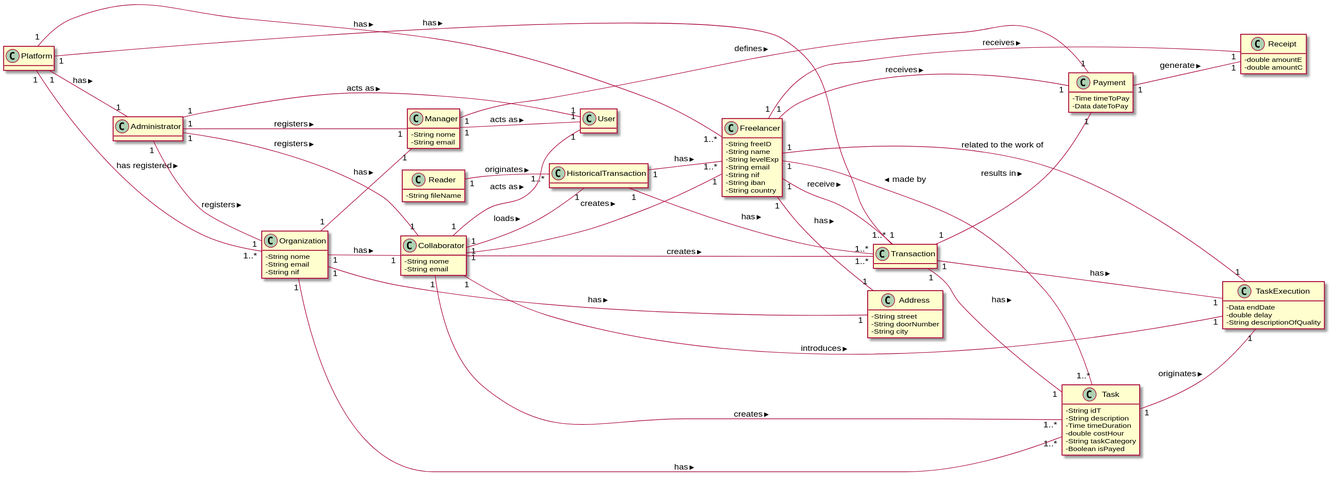
Above: docs/MD/LAPR2_MD.svg in 1190452/LAPR2 (PlantUML), before the change.
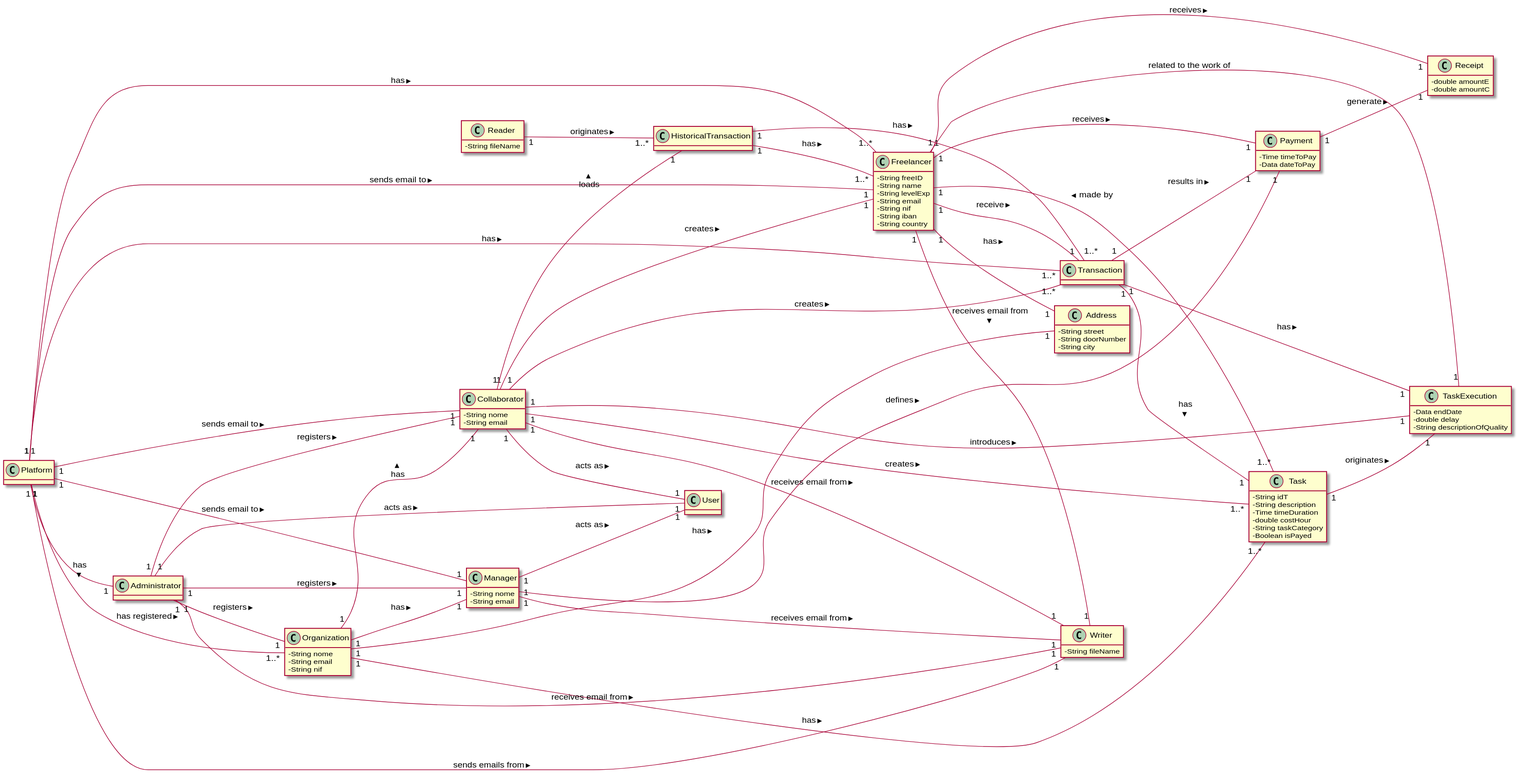
The same file after the commit.

Change to the diagram source:
```diff
@@ -79,10 +79,15 @@
   -String descriptionOfQuality
   }
 
+class Writer{
+  -String fileName
+  }
+
 Freelancer "1" -- "1" Transaction: receive >
 Freelancer "1" -- "1" Receipt: receives >
 Freelancer "1" -- "1" Payment: receives >
 Freelancer "1" -- "1" Address: has >
+Freelancer "1" -- "1" Writer: receives email from >
 
 Task "1..*" -- "1" Freelancer: made by >
 
@@ -91,6 +96,10 @@
 Platform "1" -- "1" Administrator: has >
 Platform "1" -- "1..*" Organization: has registered >
 Platform "1" -- "1..*" Freelancer: has >
+Platform "1" -- "1" Freelancer: sends email to >
+Platform "1" -- "1" Collaborator: sends email to >
+Platform "1" -- "1" Manager: sends email to >
+Platform "1" -- "1" Writer : sends emails from >
 
 Organization "1" -- "1" Address: has >
 Organization "1" -- "1" Manager: has >
@@ -99,11 +108,13 @@
 
 Manager "1" -- "1" User: acts as >
 Manager "1" -- "1" Payment: defines >
+Manager "1" -- "1" Writer: receives email from >
 
 Administrator "1" -- "1" Organization: registers >
 Administrator "1" -- "1" User: acts as >
 Administrator "1" -- "1" Collaborator: registers >
 Administrator "1" -- "1" Manager: registers >
+Administrator "1" -- "1" Writer: receives email from >
 
 Transaction "1" -- "1" Payment: results in >
 Transaction "1" -- "1" Task: has >
@@ -124,6 +135,8 @@
 Collaborator "1" -- "1" User: acts as >
 Collaborator "1" -- "1" HistoricalTransaction: loads >
 Collaborator "1" -- "1" TaskExecution: introduces >
+Collaborator "1" -- "1" Writer: receives email from >
+
 
 TaskExecution "1" -- "1" Freelancer: related to the work of
 
```
